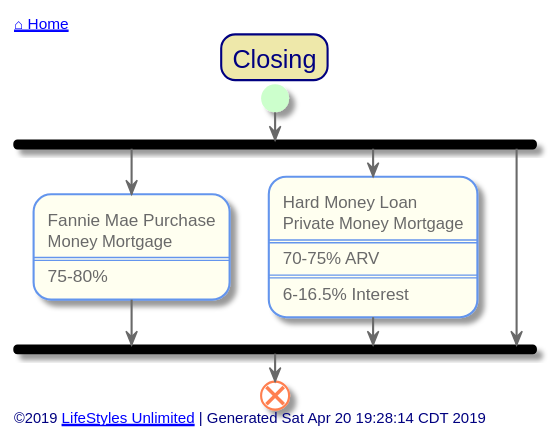
Earlier version of the PlantUML export out/src/single-family/closing.svg (toddmo/lifestylesunlimited).
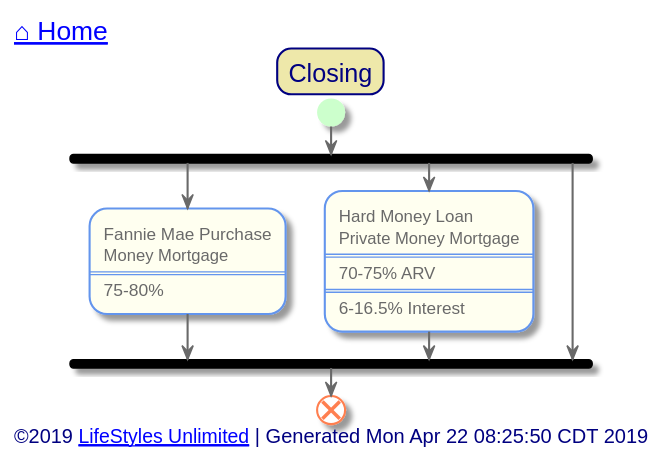
The same diagram one commit later.

Diff of the diagram source:
```diff
@@ -73,7 +73,7 @@
 
 
 left header
-	<font color=Navy>[[../index.svg ⌂ Home]]</font>
+	<font color=Navy size=18>[[../index.svg ⌂ Home]]</font>
 endheader
 
 
@@ -102,7 +102,7 @@
 
 
 left footer
-	©2019 [[http://www.lifestylesunlimited.com LifeStyles Unlimited]] | Generated Sat Apr 20 19:28:14 CDT 2019
+	<font size=14>©2019 [[http://www.lifestylesunlimited.com LifeStyles Unlimited]] | Generated Mon Apr 22 08:25:50 CDT 2019</font>
 endfooter
 
 
```
